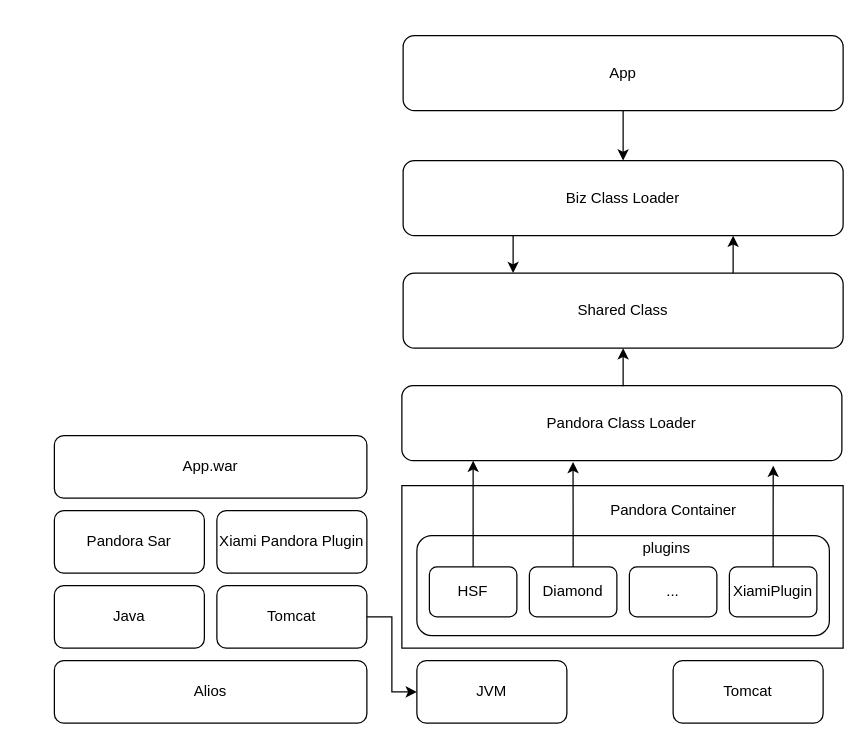
Earlier version of the draw.io diagram Pandora Plugin.drawio (QuanCong/draw). Source tidied: cells renumbered, new cells numbered last; positions are measured from the earlier drawing's top-left corner, leaving out a move shared by most shapes. Both pictures are drawn from the tidied source at 125%, with x=0, y=0 at pixel (54, 35).
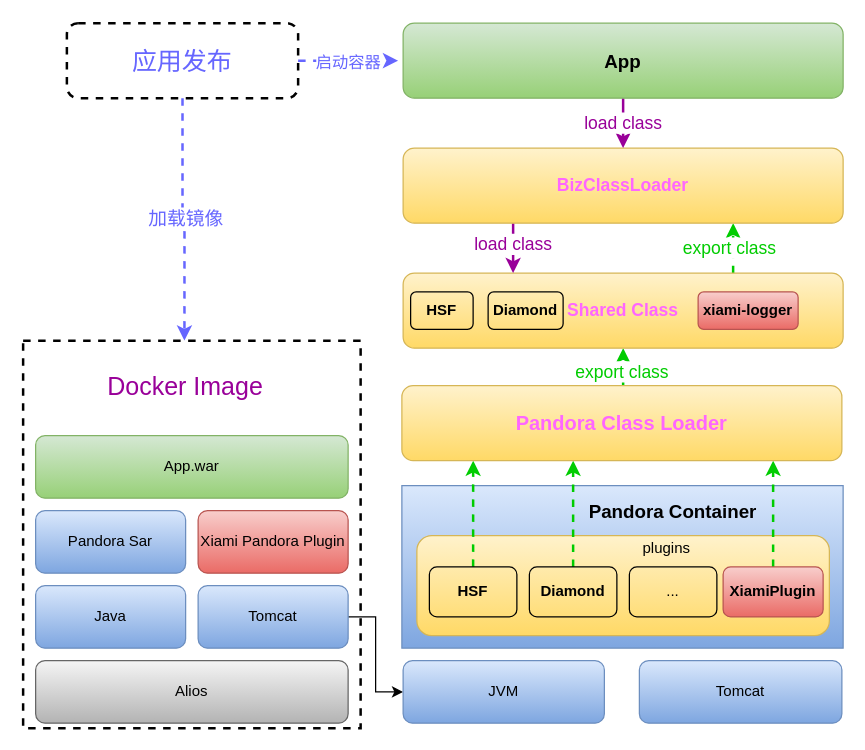
The same diagram, later.

Change to the diagram source:
```diff
@@
-    <mxCell id="2" style="rounded=0;whiteSpace=wrap;html=1;fillColor=none;" parent="1" vertex="1">
+    <mxCell id="2" style="rounded=0;whiteSpace=wrap;html=1;fillColor=#dae8fc;gradientColor=#7ea6e0;strokeColor=#6c8ebf;" parent="1" vertex="1">
       <mxGeometry x="278" y="360" width="353" height="130" as="geometry" />
     </mxCell>
-    <mxCell id="3" value="Alios" style="rounded=1;whiteSpace=wrap;html=1;fillColor=none;" parent="1" vertex="1">
-      <mxGeometry y="500" width="250" height="50" as="geometry" />
+    <mxCell id="3" value="Alios" style="rounded=1;whiteSpace=wrap;html=1;fillColor=#f5f5f5;gradientColor=#b3b3b3;strokeColor=#666666;" parent="1" vertex="1">
+      <mxGeometry x="-15" y="500" width="250" height="50" as="geometry" />
     </mxCell>
-    <mxCell id="4" value="Java" style="rounded=1;whiteSpace=wrap;html=1;fillColor=none;" parent="1" vertex="1">
-      <mxGeometry y="440" width="120" height="50" as="geometry" />
+    <mxCell id="4" value="Java" style="rounded=1;whiteSpace=wrap;html=1;fillColor=#dae8fc;gradientColor=#7ea6e0;strokeColor=#6c8ebf;" parent="1" vertex="1">
+      <mxGeometry x="-15" y="440" width="120" height="50" as="geometry" />
     </mxCell>
@@
-    <mxCell id="6" value="Tomcat" style="rounded=1;whiteSpace=wrap;html=1;fillColor=none;" parent="1" vertex="1">
-      <mxGeometry x="130" y="440" width="120" height="50" as="geometry" />
+    <mxCell id="6" value="Tomcat" style="rounded=1;whiteSpace=wrap;html=1;fillColor=#dae8fc;gradientColor=#7ea6e0;strokeColor=#6c8ebf;" parent="1" vertex="1">
+      <mxGeometry x="115" y="440" width="120" height="50" as="geometry" />
     </mxCell>
-    <mxCell id="7" value="Pandora Sar" style="rounded=1;whiteSpace=wrap;html=1;fillColor=none;" parent="1" vertex="1">
-      <mxGeometry y="380" width="120" height="50" as="geometry" />
+    <mxCell id="7" value="Pandora Sar" style="rounded=1;whiteSpace=wrap;html=1;fillColor=#dae8fc;gradientColor=#7ea6e0;strokeColor=#6c8ebf;" parent="1" vertex="1">
+      <mxGeometry x="-15" y="380" width="120" height="50" as="geometry" />
     </mxCell>
-    <mxCell id="8" value="Xiami Pandora Plugin" style="rounded=1;whiteSpace=wrap;html=1;fillColor=none;" parent="1" vertex="1">
-      <mxGeometry x="130" y="380" width="120" height="50" as="geometry" />
+    <mxCell id="8" value="Xiami Pandora Plugin" style="rounded=1;whiteSpace=wrap;html=1;fillColor=#f8cecc;gradientColor=#ea6b66;strokeColor=#b85450;" parent="1" vertex="1">
+      <mxGeometry x="115" y="380" width="120" height="50" as="geometry" />
     </mxCell>
-    <mxCell id="9" value="App.war" style="rounded=1;whiteSpace=wrap;html=1;fillColor=none;" parent="1" vertex="1">
-      <mxGeometry y="320" width="250" height="50" as="geometry" />
+    <mxCell id="9" value="App.war" style="rounded=1;whiteSpace=wrap;html=1;fillColor=#d5e8d4;gradientColor=#97d077;strokeColor=#82b366;" parent="1" vertex="1">
+      <mxGeometry x="-15" y="320" width="250" height="50" as="geometry" />
     </mxCell>
-    <mxCell id="10" value="JVM" style="rounded=1;whiteSpace=wrap;html=1;fillColor=none;" parent="1" vertex="1">
-      <mxGeometry x="290" y="500" width="120" height="50" as="geometry" />
+    <mxCell id="10" value="JVM" style="rounded=1;whiteSpace=wrap;html=1;fillColor=#dae8fc;gradientColor=#7ea6e0;strokeColor=#6c8ebf;" parent="1" vertex="1">
+      <mxGeometry x="279" y="500" width="161" height="50" as="geometry" />
     </mxCell>
-    <mxCell id="11" value="Tomcat" style="rounded=1;whiteSpace=wrap;html=1;fillColor=none;" parent="1" vertex="1">
-      <mxGeometry x="495" y="500" width="120" height="50" as="geometry" />
+    <mxCell id="11" value="Tomcat" style="rounded=1;whiteSpace=wrap;html=1;fillColor=#dae8fc;gradientColor=#7ea6e0;strokeColor=#6c8ebf;" parent="1" vertex="1">
+      <mxGeometry x="468" y="500" width="162" height="50" as="geometry" />
     </mxCell>
-    <mxCell id="12" style="rounded=1;whiteSpace=wrap;html=1;fillColor=none;" parent="1" vertex="1">
+    <mxCell id="12" style="rounded=1;whiteSpace=wrap;html=1;fillColor=#fff2cc;gradientColor=#ffd966;strokeColor=#d6b656;" parent="1" vertex="1">
       <mxGeometry x="290" y="400" width="330" height="80" as="geometry" />
     </mxCell>
-    <mxCell id="13" style="edgeStyle=orthogonalEdgeStyle;rounded=0;jettySize=auto;html=1;exitX=0.5;exitY=0;exitDx=0;exitDy=0;entryX=0.162;entryY=1;entryDx=0;entryDy=0;entryPerimeter=0;" parent="1" edge="1" source="14" target="23">
+    <mxCell id="13" style="edgeStyle=orthogonalEdgeStyle;rounded=0;jettySize=auto;html=1;exitX=0.5;exitY=0;exitDx=0;exitDy=0;entryX=0.162;entryY=1;entryDx=0;entryDy=0;entryPerimeter=0;dashed=1;strokeWidth=2;strokeColor=#00CC00;" parent="1" edge="1" source="14" target="23">
       <mxGeometry relative="1" as="geometry" />
     </mxCell>
-    <mxCell id="14" value="HSF" style="rounded=1;whiteSpace=wrap;html=1;fillColor=none;" parent="1" vertex="1">
+    <mxCell id="14" value="HSF" style="rounded=1;whiteSpace=wrap;html=1;fillColor=none;fontStyle=1;" parent="1" vertex="1">
       <mxGeometry x="300" y="425" width="70" height="40" as="geometry" />
     </mxCell>
-    <mxCell id="15" style="edgeStyle=orthogonalEdgeStyle;rounded=0;jettySize=auto;html=1;exitX=0.5;exitY=0;exitDx=0;exitDy=0;entryX=0.389;entryY=1.017;entryDx=0;entryDy=0;entryPerimeter=0;" parent="1" edge="1" source="16" target="23">
-      <mxGeometry relative="1" as="geometry" />
+    <mxCell id="15" style="edgeStyle=orthogonalEdgeStyle;rounded=0;jettySize=auto;html=1;exitX=0.5;exitY=0;exitDx=0;exitDy=0;strokeWidth=2;dashed=1;strokeColor=#00CC00;" parent="1" edge="1" source="16">
+      <mxGeometry relative="1" as="geometry">
+        <mxPoint x="415" y="340" as="targetPoint" />
+      </mxGeometry>
     </mxCell>
-    <mxCell id="16" value="Diamond" style="rounded=1;whiteSpace=wrap;html=1;fillColor=none;" parent="1" vertex="1">
+    <mxCell id="16" value="Diamond" style="rounded=1;whiteSpace=wrap;html=1;fillColor=none;fontStyle=1;" parent="1" vertex="1">
       <mxGeometry x="380" y="425" width="70" height="40" as="geometry" />
     </mxCell>
@@
-    <mxCell id="18" style="edgeStyle=orthogonalEdgeStyle;rounded=0;jettySize=auto;html=1;exitX=0.5;exitY=0;exitDx=0;exitDy=0;entryX=0.844;entryY=1.067;entryDx=0;entryDy=0;entryPerimeter=0;" parent="1" edge="1" source="19" target="23">
-      <mxGeometry relative="1" as="geometry" />
+    <mxCell id="18" style="edgeStyle=orthogonalEdgeStyle;rounded=0;jettySize=auto;html=1;exitX=0.5;exitY=0;exitDx=0;exitDy=0;strokeColor=#00CC00;strokeWidth=2;dashed=1;" parent="1" edge="1" source="19">
+      <mxGeometry relative="1" as="geometry">
+        <mxPoint x="575" y="340" as="targetPoint" />
+      </mxGeometry>
     </mxCell>
-    <mxCell id="19" value="XiamiPlugin" style="rounded=1;whiteSpace=wrap;html=1;fillColor=none;" parent="1" vertex="1">
-      <mxGeometry x="540" y="425" width="70" height="40" as="geometry" />
+    <mxCell id="19" value="XiamiPlugin" style="rounded=1;whiteSpace=wrap;html=1;fillColor=#f8cecc;gradientColor=#ea6b66;strokeColor=#b85450;fontStyle=1;" parent="1" vertex="1">
+      <mxGeometry x="535" y="425" width="80" height="40" as="geometry" />
     </mxCell>
@@
-    <mxCell id="21" value="Pandora Container" style="text;html=1;strokeColor=none;fillColor=none;align=center;verticalAlign=middle;whiteSpace=wrap;rounded=0;" parent="1" vertex="1">
-      <mxGeometry x="437.5" y="370" width="115" height="20" as="geometry" />
+    <mxCell id="21" value="Pandora Container" style="text;html=1;strokeColor=none;fillColor=none;align=center;verticalAlign=middle;whiteSpace=wrap;rounded=0;fontSize=15;fontStyle=1;" parent="1" vertex="1">
+      <mxGeometry x="424" y="370" width="142" height="20" as="geometry" />
     </mxCell>
-    <mxCell id="22" style="edgeStyle=orthogonalEdgeStyle;rounded=0;jettySize=auto;html=1;exitX=0.5;exitY=0;exitDx=0;exitDy=0;entryX=0.5;entryY=1;entryDx=0;entryDy=0;" parent="1" edge="1" source="23" target="25">
+    <mxCell id="22" style="edgeStyle=orthogonalEdgeStyle;rounded=0;jettySize=auto;html=1;exitX=0.5;exitY=0;exitDx=0;exitDy=0;entryX=0.5;entryY=1;entryDx=0;entryDy=0;fontColor=#00CC00;strokeWidth=2;strokeColor=#00CC00;dashed=1;" parent="1" edge="1" source="23" target="25">
       <mxGeometry relative="1" as="geometry" />
     </mxCell>
+    <mxCell id="30" value="&lt;font color=&quot;#00cc00&quot;&gt;export class&amp;nbsp;&lt;/font&gt;" style="text;html=1;align=center;verticalAlign=middle;labelBackgroundColor=#ffffff;fontSize=14;fontColor=#990099;" parent="22" vertex="1">
+      <mxGeometry x="-0.16" relative="1" as="geometry" />
+    </mxCell>
-    <mxCell id="23" value="Pandora Class Loader" style="rounded=1;whiteSpace=wrap;html=1;fillColor=none;" parent="1" vertex="1">
+    <mxCell id="23" value="Pandora Class Loader" style="rounded=1;whiteSpace=wrap;html=1;fillColor=#fff2cc;gradientColor=#ffd966;strokeColor=#d6b656;fontSize=16;fontStyle=1;fontColor=#FF66FF;" parent="1" vertex="1">
       <mxGeometry x="278" y="280" width="352" height="60" as="geometry" />
     </mxCell>
-    <mxCell id="24" style="edgeStyle=orthogonalEdgeStyle;rounded=0;jettySize=auto;html=1;exitX=0.75;exitY=0;exitDx=0;exitDy=0;entryX=0.75;entryY=1;entryDx=0;entryDy=0;" parent="1" edge="1" source="25" target="27">
+    <mxCell id="24" style="edgeStyle=orthogonalEdgeStyle;rounded=0;jettySize=auto;html=1;exitX=0.75;exitY=0;exitDx=0;exitDy=0;entryX=0.75;entryY=1;entryDx=0;entryDy=0;strokeWidth=2;dashed=1;strokeColor=#00CC00;" parent="1" edge="1" source="25" target="27">
       <mxGeometry relative="1" as="geometry" />
     </mxCell>
+    <mxCell id="31" value="export class" style="text;html=1;align=center;verticalAlign=middle;labelBackgroundColor=#ffffff;fontSize=14;fontColor=#00CC00;" parent="24" vertex="1">
+      <mxGeometry x="0.07" y="4" relative="1" as="geometry" />
+    </mxCell>
-    <mxCell id="25" value="Shared Class" style="rounded=1;whiteSpace=wrap;html=1;fillColor=none;" parent="1" vertex="1">
+    <mxCell id="25" value="Shared Class" style="rounded=1;whiteSpace=wrap;html=1;fillColor=#fff2cc;gradientColor=#ffd966;strokeColor=#d6b656;fontStyle=1;fontSize=14;fontColor=#FF66FF;" parent="1" vertex="1">
       <mxGeometry x="279" y="190" width="352" height="60" as="geometry" />
     </mxCell>
-    <mxCell id="26" style="edgeStyle=orthogonalEdgeStyle;rounded=0;jettySize=auto;html=1;exitX=0.25;exitY=1;exitDx=0;exitDy=0;entryX=0.25;entryY=0;entryDx=0;entryDy=0;" parent="1" edge="1" source="27" target="25">
+    <mxCell id="26" style="edgeStyle=orthogonalEdgeStyle;rounded=0;jettySize=auto;html=1;exitX=0.25;exitY=1;exitDx=0;exitDy=0;entryX=0.25;entryY=0;entryDx=0;entryDy=0;strokeColor=#990099;strokeWidth=2;" parent="1" edge="1" source="27" target="25">
       <mxGeometry relative="1" as="geometry" />
     </mxCell>
+    <mxCell id="32" value="load class" style="text;html=1;align=center;verticalAlign=middle;labelBackgroundColor=#ffffff;fontSize=14;fontColor=#990099;" parent="26" vertex="1">
+      <mxGeometry x="-0.2" y="-1" relative="1" as="geometry" />
+    </mxCell>
-    <mxCell id="27" value="Biz Class Loader" style="rounded=1;whiteSpace=wrap;html=1;fillColor=none;" parent="1" vertex="1">
-      <mxGeometry x="279" y="100" width="352" height="60" as="geometry" />
+    <mxCell id="27" value="BizClassLoader" style="rounded=1;whiteSpace=wrap;html=1;fillColor=#fff2cc;gradientColor=#ffd966;strokeColor=#d6b656;fontStyle=1;fontSize=14;fontColor=#FF66FF;" parent="1" vertex="1">
+      <mxGeometry x="279" y="90" width="352" height="60" as="geometry" />
     </mxCell>
-    <mxCell id="28" style="edgeStyle=orthogonalEdgeStyle;rounded=0;jettySize=auto;html=1;exitX=0.5;exitY=1;exitDx=0;exitDy=0;entryX=0.5;entryY=0;entryDx=0;entryDy=0;" parent="1" edge="1" source="29" target="27">
+    <mxCell id="28" value="&lt;font color=&quot;#990099&quot; style=&quot;font-size: 14px&quot;&gt;load class&lt;/font&gt;" style="edgeStyle=orthogonalEdgeStyle;rounded=0;jettySize=auto;html=1;exitX=0.5;exitY=1;exitDx=0;exitDy=0;entryX=0.5;entryY=0;entryDx=0;entryDy=0;strokeWidth=2;strokeColor=#990099;" parent="1" edge="1" source="29" target="27">
       <mxGeometry relative="1" as="geometry" />
     </mxCell>
-    <mxCell id="29" value="App" style="rounded=1;whiteSpace=wrap;html=1;fillColor=none;" parent="1" vertex="1">
-      <mxGeometry x="279" width="352" height="60" as="geometry" />
+    <mxCell id="29" value="&lt;font style=&quot;font-size: 15px&quot;&gt;&lt;b&gt;App&lt;/b&gt;&lt;/font&gt;" style="rounded=1;whiteSpace=wrap;html=1;fillColor=#d5e8d4;gradientColor=#97d077;strokeColor=#82b366;" parent="1" vertex="1">
+      <mxGeometry x="279" y="-10" width="352" height="60" as="geometry" />
     </mxCell>
+    <mxCell id="33" value="HSF" style="rounded=1;whiteSpace=wrap;html=1;fillColor=none;fontStyle=1;" parent="1" vertex="1">
+      <mxGeometry x="285" y="205" width="50" height="30" as="geometry" />
+    </mxCell>
+    <mxCell id="34" value="xiami-logger" style="rounded=1;whiteSpace=wrap;html=1;fillColor=#f8cecc;gradientColor=#ea6b66;strokeColor=#b85450;fontStyle=1;" parent="1" vertex="1">
+      <mxGeometry x="515" y="205" width="80" height="30" as="geometry" />
+    </mxCell>
+    <mxCell id="35" value="Diamond" style="rounded=1;whiteSpace=wrap;html=1;fillColor=none;fontStyle=1;" parent="1" vertex="1">
+      <mxGeometry x="347" y="205" width="60" height="30" as="geometry" />
+    </mxCell>
+    <mxCell id="36" style="rounded=0;whiteSpace=wrap;html=1;labelBackgroundColor=none;fillColor=none;fontSize=14;fontColor=#990099;strokeWidth=2;dashed=1;" parent="1" vertex="1">
+      <mxGeometry x="-25" y="244" width="270" height="310" as="geometry" />
+    </mxCell>
+    <mxCell id="37" value="Docker Image" style="text;html=1;strokeColor=none;fillColor=none;align=center;verticalAlign=middle;whiteSpace=wrap;rounded=0;labelBackgroundColor=none;fontSize=20;fontColor=#990099;" parent="1" vertex="1">
+      <mxGeometry x="40" y="270" width="130" height="20" as="geometry" />
+    </mxCell>
+    <mxCell id="38" style="edgeStyle=orthogonalEdgeStyle;rounded=0;jettySize=auto;html=1;dashed=1;strokeColor=#6666FF;strokeWidth=2;fontSize=20;fontColor=#990099;entryX=0.478;entryY=0;entryDx=0;entryDy=0;entryPerimeter=0;" parent="1" edge="1" source="42" target="36">
+      <mxGeometry relative="1" as="geometry" />
+    </mxCell>
+    <mxCell id="39" value="加载镜像" style="text;html=1;align=center;verticalAlign=middle;labelBackgroundColor=#ffffff;fontSize=15;fontColor=#6666FF;" parent="38" vertex="1">
+      <mxGeometry x="0.01" y="2" relative="1" as="geometry">
+        <mxPoint x="-2" y="-2" as="offset" />
+      </mxGeometry>
+    </mxCell>
+    <mxCell id="40" style="edgeStyle=orthogonalEdgeStyle;rounded=0;jettySize=auto;html=1;dashed=1;strokeColor=#6666FF;strokeWidth=2;fontSize=20;fontColor=#990099;" parent="1" edge="1" source="42">
+      <mxGeometry relative="1" as="geometry">
+        <mxPoint x="275" y="20" as="targetPoint" />
+      </mxGeometry>
+    </mxCell>
+    <mxCell id="41" value="&lt;font style=&quot;font-size: 13px&quot;&gt;启动容器&lt;/font&gt;" style="text;html=1;align=center;verticalAlign=middle;labelBackgroundColor=#ffffff;fontSize=20;fontColor=#6666FF;" parent="40" vertex="1">
+      <mxGeometry x="-0.03" y="-1" relative="1" as="geometry">
+        <mxPoint y="-4" as="offset" />
+      </mxGeometry>
+    </mxCell>
+    <mxCell id="42" value="&lt;div style=&quot;text-align: left&quot;&gt;&lt;span&gt;应用发布&lt;/span&gt;&lt;/div&gt;" style="rounded=1;whiteSpace=wrap;html=1;dashed=1;labelBackgroundColor=none;strokeWidth=2;fillColor=none;fontSize=20;fontColor=#6666FF;" parent="1" vertex="1">
+      <mxGeometry x="10" y="-10" width="185" height="60" as="geometry" />
+    </mxCell>
```
